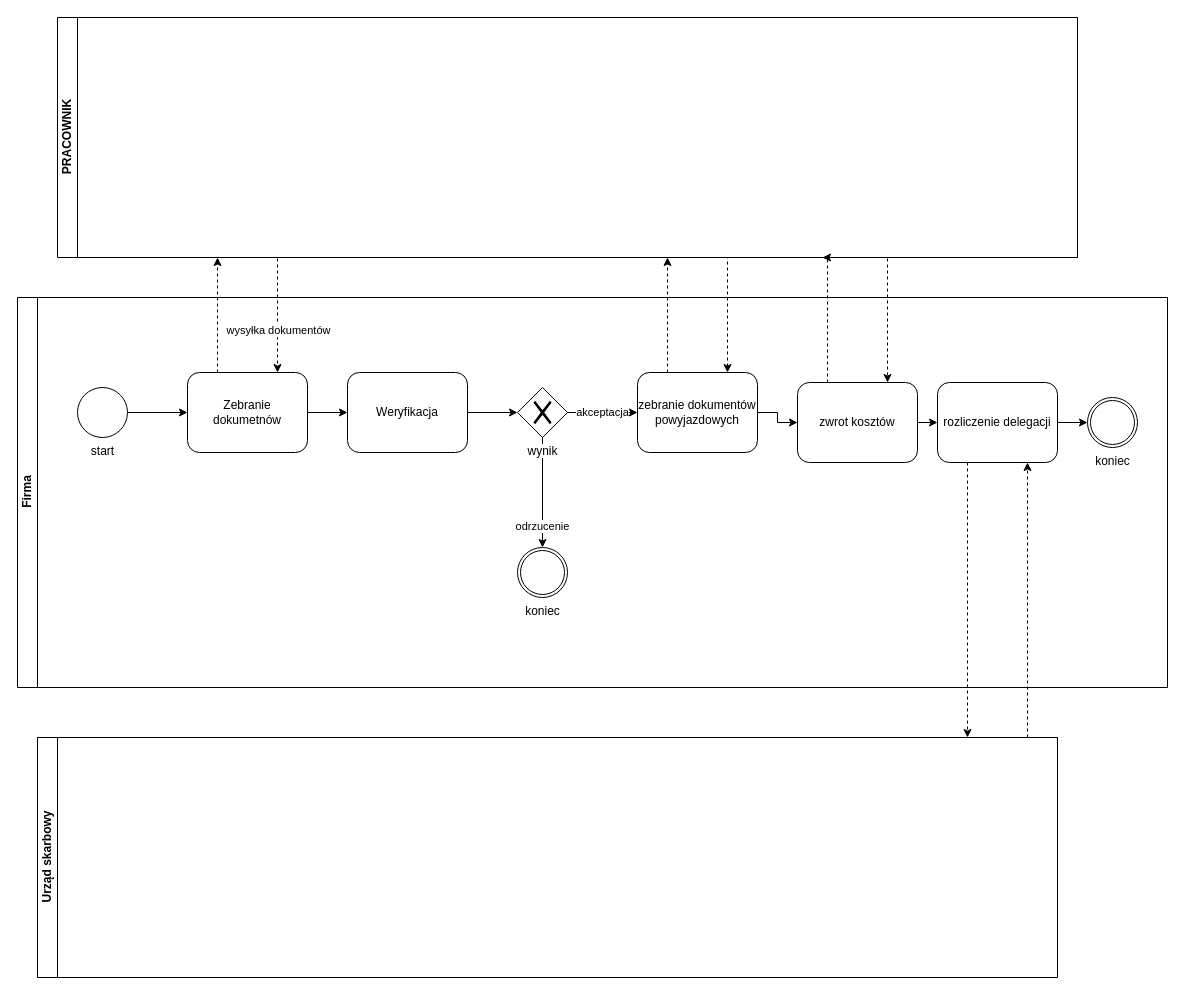
The draw.io diagram Proces_rozliczenia_delegacji.drawio in kurzym/assignments, before the edit. Source tidied: cells renumbered, new cells numbered last; positions are measured from the earlier drawing's top-left corner, leaving out a move shared by most shapes. Both pictures are drawn from the tidied source at 100%, with x=0, y=0 at pixel (17, 17).
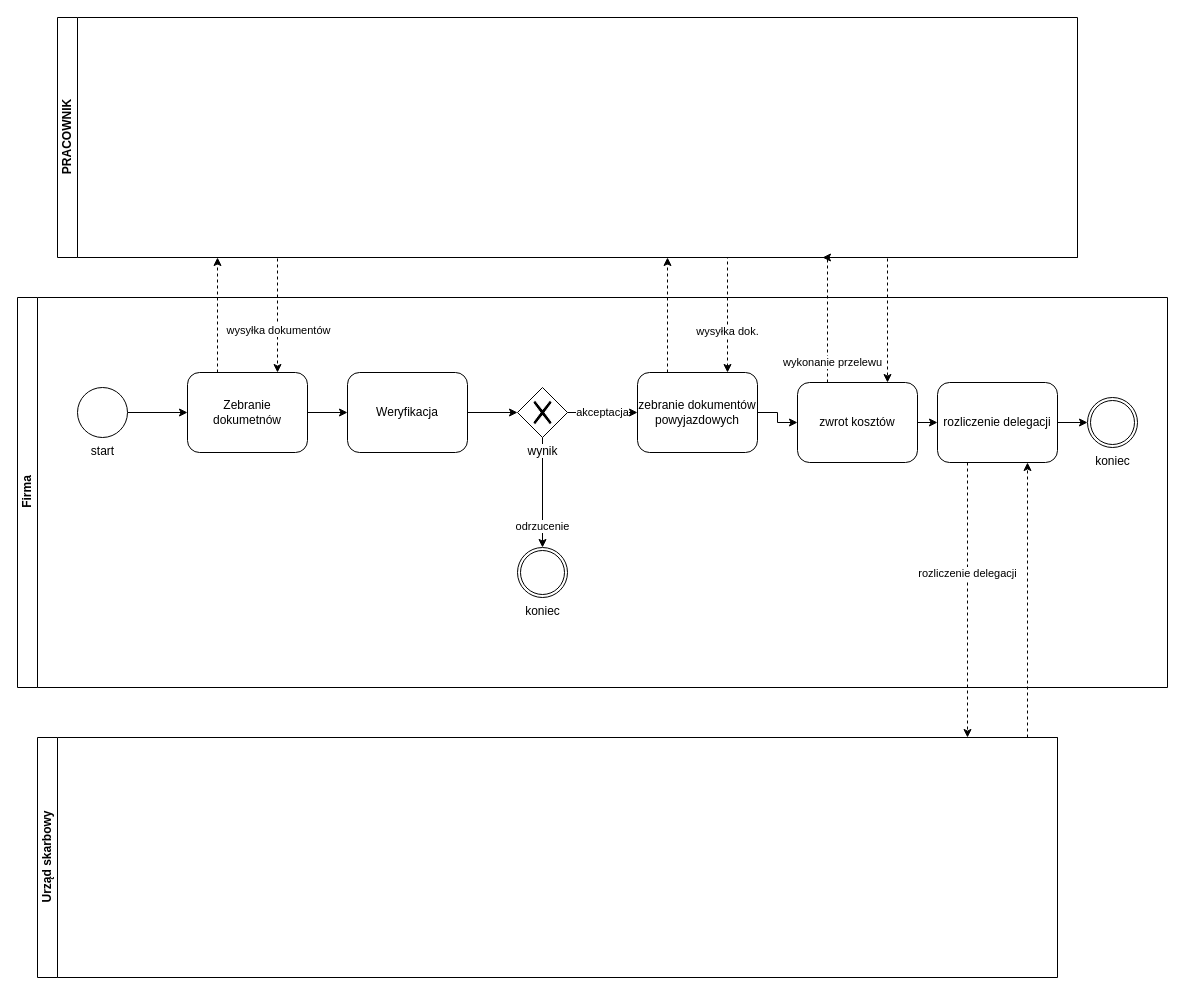
The same page after the edit.

The change refers to these unchanged cells:
```xml
<mxCell id="4" style="edgeStyle=orthogonalEdgeStyle;rounded=0;jettySize=auto;html=1;exitX=1;exitY=1;exitDx=0;exitDy=0;entryX=0.75;entryY=0;entryDx=0;entryDy=0;dashed=1;" parent="1" edge="1" source="6" target="19">
  <mxGeometry relative="1" as="geometry">
    <Array as="points">
      <mxPoint x="710" y="240" />
    </Array>
  </mxGeometry>
</mxCell>
<mxCell id="27" style="edgeStyle=orthogonalEdgeStyle;rounded=0;jettySize=auto;html=1;exitX=0.25;exitY=0;exitDx=0;exitDy=0;dashed=1;entryX=0.75;entryY=1;entryDx=0;entryDy=0;" parent="1" edge="1" source="21" target="6">
  <mxGeometry relative="1" as="geometry">
    <Array as="points">
      <mxPoint x="810" y="240" />
    </Array>
  </mxGeometry>
</mxCell>
<mxCell id="30" style="edgeStyle=orthogonalEdgeStyle;rounded=0;jettySize=auto;html=1;exitX=0.25;exitY=1;exitDx=0;exitDy=0;dashed=1;" parent="1" edge="1" source="23">
  <mxGeometry relative="1" as="geometry">
    <mxPoint x="950" y="720" as="targetPoint" />
  </mxGeometry>
</mxCell>
```

What changed in the source:
```diff
@@
+    <mxCell id="31" value="wysyłka dok." style="edgeLabel;html=1;align=center;verticalAlign=middle;" parent="4" vertex="1">
+      <mxGeometry x="0.82" y="-1" relative="1" as="geometry" />
+    </mxCell>
@@
+    <mxCell id="32" value="wykonanie przelewu" style="edgeLabel;html=1;align=center;verticalAlign=middle;" parent="27" vertex="1">
+      <mxGeometry x="-0.66" y="-4" relative="1" as="geometry">
+        <mxPoint y="1" as="offset" />
+      </mxGeometry>
+    </mxCell>
@@
+    <mxCell id="33" value="rozliczenie delegacji" style="edgeLabel;html=1;align=center;verticalAlign=middle;" parent="30" vertex="1">
+      <mxGeometry x="-0.21" y="-1" relative="1" as="geometry">
+        <mxPoint y="1" as="offset" />
+      </mxGeometry>
+    </mxCell>
```
